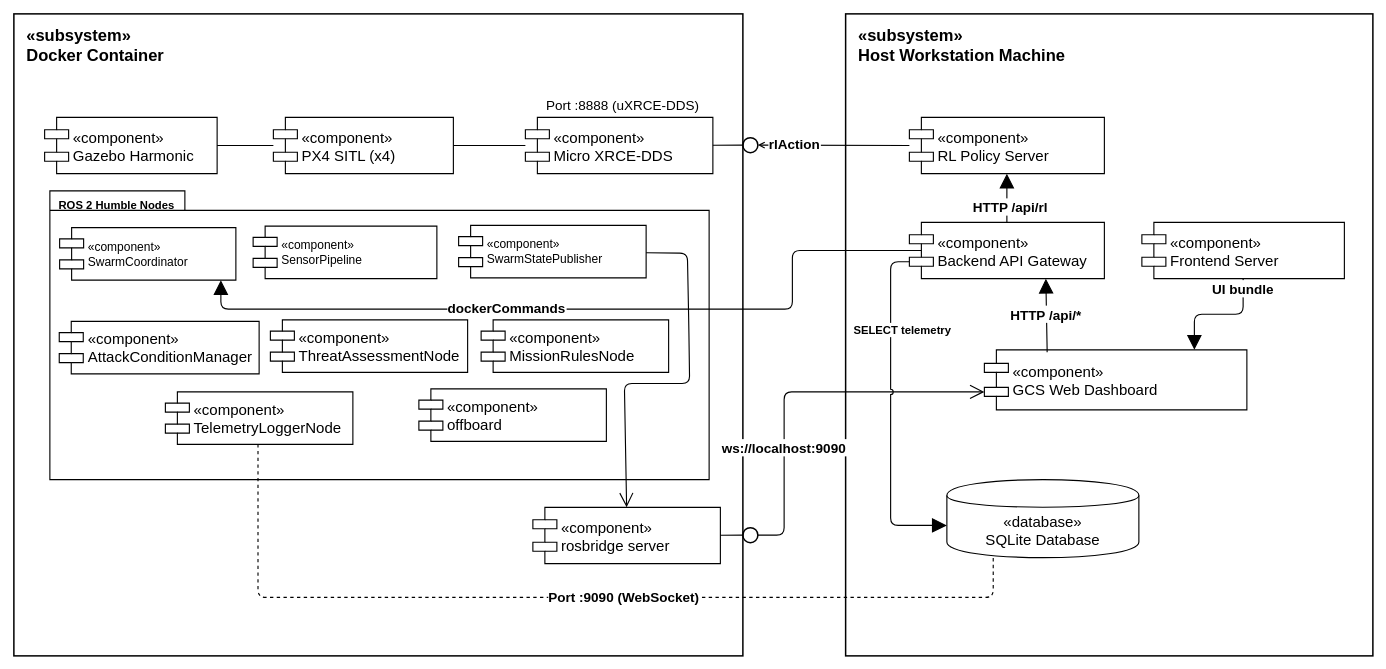
syedmohammad611/diagrams keeps this draw.io diagram as 05_component_diagram.drawio. Above is the earlier version. Source tidied: cells renumbered, new cells numbered last; positions are measured from the earlier drawing's top-left corner, leaving out a move shared by most shapes. Both pictures are drawn from the tidied source at 75%, with x=0, y=0 at pixel (14, 14).
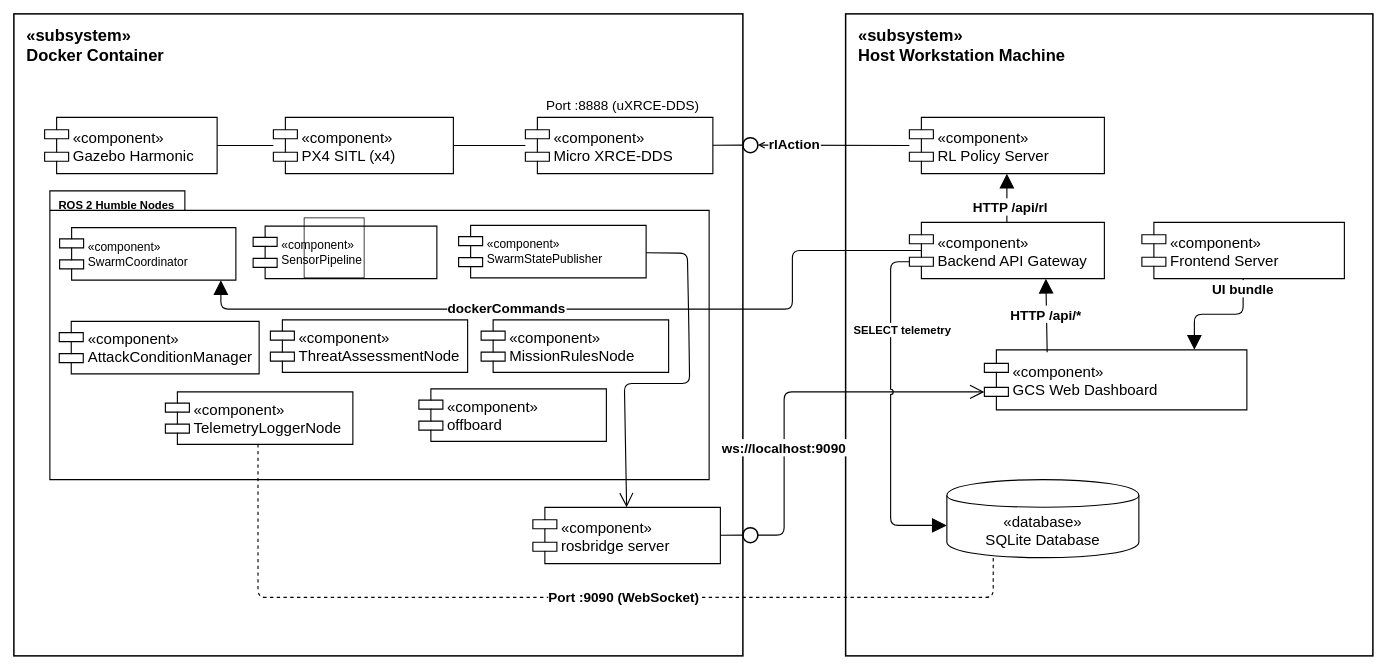
The same diagram, later.

What changed in the source:
```diff
@@
+    <mxCell id="40" style="whiteSpace=wrap;html=1;fillColor=none;" parent="1" vertex="1">
+      <mxGeometry x="387" y="272" width="80" height="80" as="geometry" />
+    </mxCell>
```
